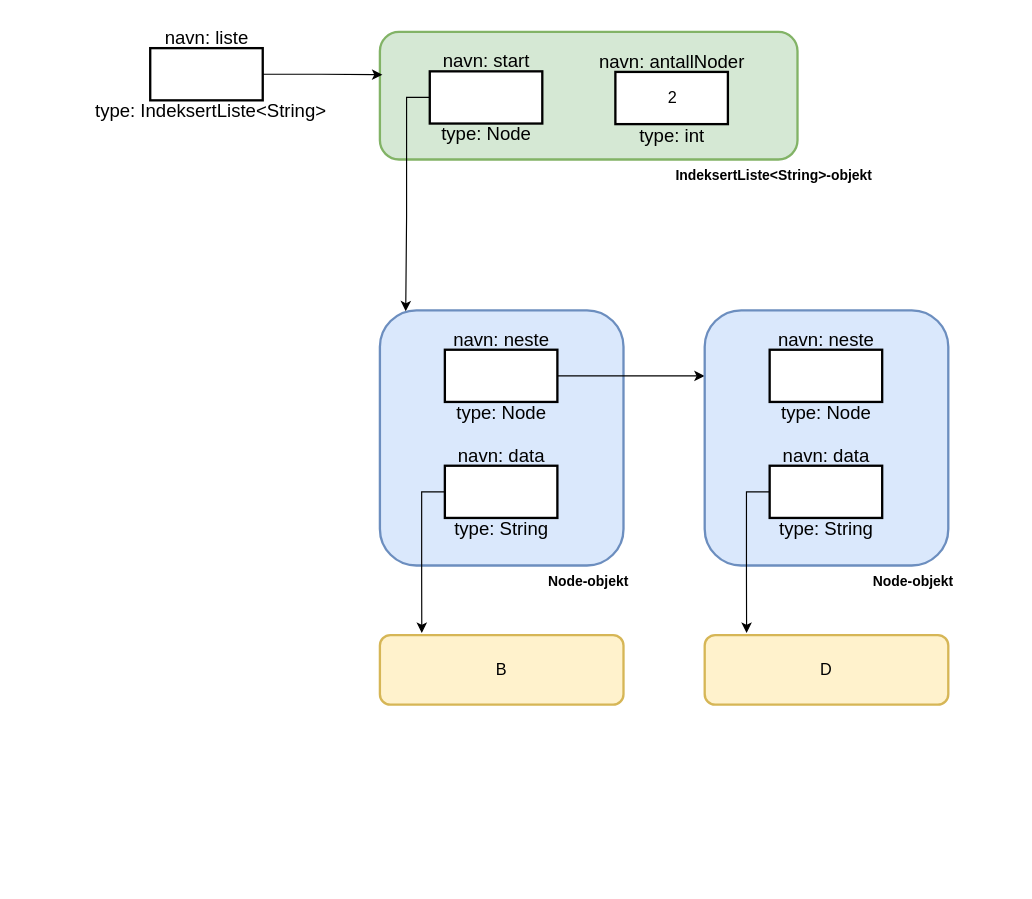
Frexz/IN1010- keeps this draw.io diagram as Uke 7/Oblig 3/Datastruktur.drawio. Above is the earlier version. Source tidied: cells renumbered, new cells numbered last; positions are measured from the earlier drawing's top-left corner, leaving out a move shared by most shapes. Both pictures are drawn from the tidied source at 116%, with x=0, y=0 at pixel (89, 20).
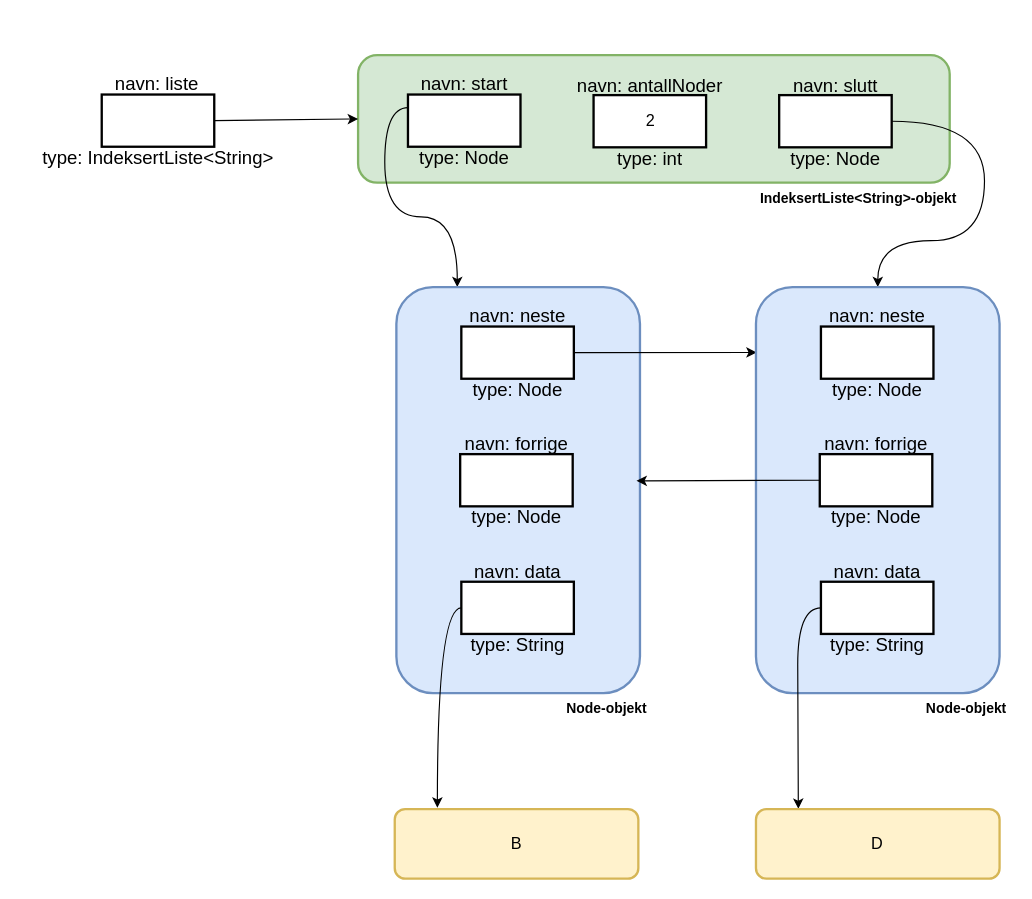
The same page after the edit.

Diff of the diagram source:
```diff
@@
-    <mxCell id="2" style="rounded=1;whiteSpace=wrap;html=1;fillColor=#d5e8d4;strokeWidth=2;fontSize=14;strokeColor=#82b366;" parent="1" vertex="1">
-      <mxGeometry x="250" y="10" width="360" height="110" as="geometry" />
-    </mxCell>
-    <mxCell id="3" style="edgeStyle=orthogonalEdgeStyle;rounded=0;jettySize=auto;html=1;exitX=1;exitY=0.5;exitDx=0;exitDy=0;entryX=0.006;entryY=0.336;entryDx=0;entryDy=0;entryPerimeter=0;fontSize=12;" parent="1" edge="1" source="4" target="2">
-      <mxGeometry relative="1" as="geometry" />
-    </mxCell>
-    <mxCell id="4" style="html=1;fontSize=14;strokeWidth=2;fillColor=none;rounded=0;" parent="1" vertex="1">
-      <mxGeometry x="52" y="24" width="97" height="45" as="geometry" />
-    </mxCell>
-    <mxCell id="5" value="navn: liste" style="text;html=1;strokeColor=none;fillColor=none;align=center;verticalAlign=middle;whiteSpace=wrap;rounded=0;fontSize=16;" parent="1" vertex="1">
-      <mxGeometry x="29" width="144" height="30" as="geometry" />
-    </mxCell>
-    <mxCell id="6" value="type: IndeksertListe&amp;lt;String&amp;gt;" style="text;html=1;strokeColor=none;fillColor=none;align=center;verticalAlign=middle;whiteSpace=wrap;rounded=0;fontSize=16;" parent="1" vertex="1">
-      <mxGeometry y="63" width="208.5" height="30" as="geometry" />
-    </mxCell>
+    <mxCell id="36" style="rounded=1;whiteSpace=wrap;html=1;fillColor=#d5e8d4;strokeWidth=2;fontSize=14;strokeColor=#82b366;" parent="1" vertex="1">
+      <mxGeometry x="231.2" y="30" width="510" height="110" as="geometry" />
+    </mxCell>
     <mxCell id="7" value="IndeksertListe&lt;String&gt;-objekt" style="text;align=center;fontStyle=1;verticalAlign=middle;spacingLeft=3;spacingRight=3;strokeColor=none;dashed=1;fontSize=12;fillColor=none;rounded=1;" parent="1" vertex="1">
-      <mxGeometry x="550" y="120" width="80" height="26" as="geometry" />
+      <mxGeometry x="622.8" y="140" width="80" height="26" as="geometry" />
     </mxCell>
-    <mxCell id="8" style="edgeStyle=orthogonalEdgeStyle;rounded=0;jettySize=auto;html=1;exitX=0;exitY=0.5;exitDx=0;exitDy=0;entryX=0.106;entryY=0.004;entryDx=0;entryDy=0;entryPerimeter=0;fontSize=12;" parent="1" edge="1" source="9" target="15">
-      <mxGeometry relative="1" as="geometry" />
-    </mxCell>
-    <mxCell id="9" style="html=1;fontSize=14;strokeWidth=2;rounded=0;" parent="1" vertex="1">
-      <mxGeometry x="293" y="44" width="97" height="45" as="geometry" />
-    </mxCell>
+    <mxCell id="37" style="html=1;fontSize=14;strokeWidth=2;rounded=0;" parent="1" vertex="1">
+      <mxGeometry x="274.2" y="64" width="97" height="45" as="geometry" />
+    </mxCell>
     <mxCell id="10" value="navn: start" style="text;html=1;strokeColor=none;fillColor=none;align=center;verticalAlign=middle;whiteSpace=wrap;rounded=0;fontSize=16;" parent="1" vertex="1">
-      <mxGeometry x="270" y="20" width="144" height="30" as="geometry" />
+      <mxGeometry x="251.2" y="40" width="144" height="30" as="geometry" />
     </mxCell>
-    <mxCell id="11" value="type: Node" style="text;html=1;strokeColor=none;fillColor=none;align=center;verticalAlign=middle;whiteSpace=wrap;rounded=0;fontSize=16;" parent="1" vertex="1">
-      <mxGeometry x="281.5" y="83" width="120" height="30" as="geometry" />
-    </mxCell>
+    <mxCell id="38" style="edgeStyle=orthogonalEdgeStyle;rounded=0;jettySize=auto;html=1;exitX=0;exitY=0.25;exitDx=0;exitDy=0;curved=1;entryX=0.25;entryY=0;entryDx=0;entryDy=0;" parent="1" edge="1" source="37" target="46">
+      <mxGeometry relative="1" as="geometry" />
+    </mxCell>
+    <mxCell id="39" value="type: Node" style="text;html=1;strokeColor=none;fillColor=none;align=center;verticalAlign=middle;whiteSpace=wrap;rounded=0;fontSize=16;" parent="1" vertex="1">
+      <mxGeometry x="262.8" y="103" width="120" height="30" as="geometry" />
+    </mxCell>
     <mxCell id="12" value="2" style="html=1;fontSize=14;strokeWidth=2;rounded=0;" parent="1" vertex="1">
-      <mxGeometry x="453" y="44.5" width="97" height="45" as="geometry" />
+      <mxGeometry x="434.2" y="64.5" width="97" height="45" as="geometry" />
     </mxCell>
     <mxCell id="13" value="navn: antallNoder" style="text;html=1;strokeColor=none;fillColor=none;align=center;verticalAlign=middle;whiteSpace=wrap;rounded=0;fontSize=16;" parent="1" vertex="1">
-      <mxGeometry x="430" y="20.5" width="144" height="30" as="geometry" />
+      <mxGeometry x="411.2" y="40.5" width="144" height="30" as="geometry" />
     </mxCell>
     <mxCell id="14" value="type: int" style="text;html=1;strokeColor=none;fillColor=none;align=center;verticalAlign=middle;whiteSpace=wrap;rounded=0;fontSize=16;" parent="1" vertex="1">
-      <mxGeometry x="441.5" y="83.5" width="120" height="30" as="geometry" />
+      <mxGeometry x="422.8" y="103.5" width="120" height="30" as="geometry" />
     </mxCell>
-    <mxCell id="15" style="rounded=1;whiteSpace=wrap;html=1;fillColor=#dae8fc;strokeWidth=2;fontSize=14;strokeColor=#6c8ebf;" parent="1" vertex="1">
-      <mxGeometry x="250" y="250" width="210" height="220" as="geometry" />
-    </mxCell>
-    <mxCell id="16" value="Node-objekt" style="text;align=center;fontStyle=1;verticalAlign=middle;spacingLeft=3;spacingRight=3;strokeColor=none;dashed=1;fontSize=12;fillColor=none;rounded=1;" parent="1" vertex="1">
-      <mxGeometry x="390" y="470" width="80" height="26" as="geometry" />
-    </mxCell>
-    <mxCell id="17" style="edgeStyle=orthogonalEdgeStyle;rounded=0;jettySize=auto;html=1;exitX=1;exitY=0.5;exitDx=0;exitDy=0;entryX=0;entryY=0.257;entryDx=0;entryDy=0;fontSize=12;entryPerimeter=0;" parent="1" edge="1" source="18" target="26">
-      <mxGeometry relative="1" as="geometry" />
-    </mxCell>
-    <mxCell id="18" style="html=1;fontSize=14;strokeWidth=2;rounded=0;" parent="1" vertex="1">
-      <mxGeometry x="306" y="284" width="97" height="45" as="geometry" />
-    </mxCell>
-    <mxCell id="19" value="navn: neste" style="text;html=1;strokeColor=none;fillColor=none;align=center;verticalAlign=middle;whiteSpace=wrap;rounded=0;fontSize=16;" parent="1" vertex="1">
-      <mxGeometry x="283" y="260" width="144" height="30" as="geometry" />
-    </mxCell>
-    <mxCell id="20" value="type: Node" style="text;html=1;strokeColor=none;fillColor=none;align=center;verticalAlign=middle;whiteSpace=wrap;rounded=0;fontSize=16;" parent="1" vertex="1">
-      <mxGeometry x="294.5" y="323" width="120" height="30" as="geometry" />
-    </mxCell>
-    <mxCell id="21" style="edgeStyle=orthogonalEdgeStyle;rounded=0;jettySize=auto;html=1;exitX=0;exitY=0.5;exitDx=0;exitDy=0;entryX=0.172;entryY=-0.031;entryDx=0;entryDy=0;entryPerimeter=0;fontSize=12;" parent="1" edge="1" source="22" target="25">
-      <mxGeometry relative="1" as="geometry" />
-    </mxCell>
-    <mxCell id="22" style="html=1;fontSize=14;strokeWidth=2;rounded=0;" parent="1" vertex="1">
-      <mxGeometry x="306" y="384" width="97" height="45" as="geometry" />
-    </mxCell>
-    <mxCell id="23" value="navn: data" style="text;html=1;strokeColor=none;fillColor=none;align=center;verticalAlign=middle;whiteSpace=wrap;rounded=0;fontSize=16;" parent="1" vertex="1">
-      <mxGeometry x="283" y="360" width="144" height="30" as="geometry" />
-    </mxCell>
-    <mxCell id="24" value="type: String" style="text;html=1;strokeColor=none;fillColor=none;align=center;verticalAlign=middle;whiteSpace=wrap;rounded=0;fontSize=16;" parent="1" vertex="1">
-      <mxGeometry x="294.5" y="423" width="120" height="30" as="geometry" />
-    </mxCell>
+    <mxCell id="40" style="html=1;fontSize=14;strokeWidth=2;rounded=0;" parent="1" vertex="1">
+      <mxGeometry x="594.2" y="64.5" width="97" height="45" as="geometry" />
+    </mxCell>
+    <mxCell id="41" value="navn: slutt" style="text;html=1;strokeColor=none;fillColor=none;align=center;verticalAlign=middle;whiteSpace=wrap;rounded=0;fontSize=16;" parent="1" vertex="1">
+      <mxGeometry x="571.2" y="40.5" width="144" height="30" as="geometry" />
+    </mxCell>
+    <mxCell id="42" style="edgeStyle=orthogonalEdgeStyle;rounded=0;jettySize=auto;html=1;exitX=1;exitY=0.5;exitDx=0;exitDy=0;entryX=0.5;entryY=0;entryDx=0;entryDy=0;curved=1;" parent="1" edge="1" source="40" target="59">
+      <mxGeometry relative="1" as="geometry">
+        <Array as="points">
+          <mxPoint x="771.2" y="87" />
+          <mxPoint x="771.2" y="190" />
+          <mxPoint x="679.2" y="190" />
+        </Array>
+      </mxGeometry>
+    </mxCell>
+    <mxCell id="43" value="type: Node" style="text;html=1;strokeColor=none;fillColor=none;align=center;verticalAlign=middle;whiteSpace=wrap;rounded=0;fontSize=16;" parent="1" vertex="1">
+      <mxGeometry x="582.8" y="103.5" width="120" height="30" as="geometry" />
+    </mxCell>
+    <mxCell id="44" style="edgeStyle=none;rounded=0;jettySize=auto;html=1;exitX=1;exitY=0.5;exitDx=0;exitDy=0;entryX=0;entryY=0.5;entryDx=0;entryDy=0;" parent="1" edge="1" source="45" target="36">
+      <mxGeometry relative="1" as="geometry" />
+    </mxCell>
+    <mxCell id="45" style="html=1;fontSize=14;strokeWidth=2;rounded=0;" parent="1" vertex="1">
+      <mxGeometry x="10.2" y="64" width="97" height="45" as="geometry" />
+    </mxCell>
+    <mxCell id="5" value="navn: liste" style="text;html=1;strokeColor=none;fillColor=none;align=center;verticalAlign=middle;whiteSpace=wrap;rounded=0;fontSize=16;" parent="1" vertex="1">
+      <mxGeometry x="-13.8" y="40" width="144" height="30" as="geometry" />
+    </mxCell>
+    <mxCell id="6" value="type: IndeksertListe&amp;lt;String&amp;gt;" style="text;html=1;strokeColor=none;fillColor=none;align=center;verticalAlign=middle;whiteSpace=wrap;rounded=0;fontSize=16;" parent="1" vertex="1">
+      <mxGeometry x="-60" y="103" width="237.5" height="30" as="geometry" />
+    </mxCell>
+    <mxCell id="46" style="rounded=1;whiteSpace=wrap;html=1;fillColor=#dae8fc;strokeWidth=2;fontSize=14;strokeColor=#6c8ebf;" parent="1" vertex="1">
+      <mxGeometry x="264.2" y="230" width="210" height="350" as="geometry" />
+    </mxCell>
+    <mxCell id="47" value="Node-objekt" style="text;align=center;fontStyle=1;verticalAlign=middle;spacingLeft=3;spacingRight=3;strokeColor=none;dashed=1;fontSize=12;fillColor=none;rounded=1;" parent="1" vertex="1">
+      <mxGeometry x="405.8" y="580" width="80" height="26" as="geometry" />
+    </mxCell>
+    <mxCell id="48" style="edgeStyle=none;rounded=0;jettySize=auto;html=1;exitX=1;exitY=0.5;exitDx=0;exitDy=0;entryX=0.003;entryY=0.161;entryDx=0;entryDy=0;entryPerimeter=0;" parent="1" edge="1" source="49" target="59">
+      <mxGeometry relative="1" as="geometry" />
+    </mxCell>
+    <mxCell id="49" style="html=1;fontSize=14;strokeWidth=2;rounded=0;" parent="1" vertex="1">
+      <mxGeometry x="320.2" y="264" width="97" height="45" as="geometry" />
+    </mxCell>
+    <mxCell id="50" value="navn: neste" style="text;html=1;strokeColor=none;fillColor=none;align=center;verticalAlign=middle;whiteSpace=wrap;rounded=0;fontSize=16;" parent="1" vertex="1">
+      <mxGeometry x="297.2" y="240" width="144" height="30" as="geometry" />
+    </mxCell>
+    <mxCell id="51" value="type: Node" style="text;html=1;strokeColor=none;fillColor=none;align=center;verticalAlign=middle;whiteSpace=wrap;rounded=0;fontSize=16;" parent="1" vertex="1">
+      <mxGeometry x="308.8" y="303" width="120" height="30" as="geometry" />
+    </mxCell>
+    <mxCell id="52" style="edgeStyle=orthogonalEdgeStyle;curved=1;rounded=0;jettySize=auto;html=1;exitX=0;exitY=0.5;exitDx=0;exitDy=0;entryX=0.175;entryY=-0.019;entryDx=0;entryDy=0;entryPerimeter=0;" parent="1" edge="1" source="53" target="25">
+      <mxGeometry relative="1" as="geometry" />
+    </mxCell>
+    <mxCell id="53" style="html=1;fontSize=14;strokeWidth=2;rounded=0;" parent="1" vertex="1">
+      <mxGeometry x="320.2" y="484" width="97" height="45" as="geometry" />
+    </mxCell>
+    <mxCell id="54" value="navn: data" style="text;html=1;strokeColor=none;fillColor=none;align=center;verticalAlign=middle;whiteSpace=wrap;rounded=0;fontSize=16;" parent="1" vertex="1">
+      <mxGeometry x="297.2" y="460" width="144" height="30" as="geometry" />
+    </mxCell>
+    <mxCell id="55" value="type: String" style="text;html=1;strokeColor=none;fillColor=none;align=center;verticalAlign=middle;whiteSpace=wrap;rounded=0;fontSize=16;" parent="1" vertex="1">
+      <mxGeometry x="308.8" y="523" width="120" height="30" as="geometry" />
+    </mxCell>
+    <mxCell id="56" style="html=1;fontSize=14;strokeWidth=2;rounded=0;" parent="1" vertex="1">
+      <mxGeometry x="319.2" y="374" width="97" height="45" as="geometry" />
+    </mxCell>
+    <mxCell id="57" value="navn: forrige" style="text;html=1;strokeColor=none;fillColor=none;align=center;verticalAlign=middle;whiteSpace=wrap;rounded=0;fontSize=16;" parent="1" vertex="1">
+      <mxGeometry x="296.2" y="350" width="144" height="30" as="geometry" />
+    </mxCell>
+    <mxCell id="58" value="type: Node" style="text;html=1;strokeColor=none;fillColor=none;align=center;verticalAlign=middle;whiteSpace=wrap;rounded=0;fontSize=16;" parent="1" vertex="1">
+      <mxGeometry x="307.8" y="413" width="120" height="30" as="geometry" />
+    </mxCell>
     <mxCell id="25" value="B" style="rounded=1;whiteSpace=wrap;html=1;fillColor=#fff2cc;strokeWidth=2;fontSize=14;strokeColor=#d6b656;" parent="1" vertex="1">
-      <mxGeometry x="250" y="530" width="210" height="60" as="geometry" />
+      <mxGeometry x="262.8" y="680" width="210" height="60" as="geometry" />
     </mxCell>
-    <mxCell id="26" style="rounded=1;whiteSpace=wrap;html=1;fillColor=#dae8fc;strokeWidth=2;fontSize=14;strokeColor=#6c8ebf;" parent="1" vertex="1">
-      <mxGeometry x="530" y="250" width="210" height="220" as="geometry" />
-    </mxCell>
-    <mxCell id="27" value="Node-objekt" style="text;align=center;fontStyle=1;verticalAlign=middle;spacingLeft=3;spacingRight=3;strokeColor=none;dashed=1;fontSize=12;fillColor=none;rounded=1;" parent="1" vertex="1">
-      <mxGeometry x="670" y="470" width="80" height="26" as="geometry" />
-    </mxCell>
-    <mxCell id="28" style="html=1;fontSize=14;strokeWidth=2;rounded=0;" parent="1" vertex="1">
-      <mxGeometry x="586" y="284" width="97" height="45" as="geometry" />
-    </mxCell>
-    <mxCell id="29" value="navn: neste" style="text;html=1;strokeColor=none;fillColor=none;align=center;verticalAlign=middle;whiteSpace=wrap;rounded=0;fontSize=16;" parent="1" vertex="1">
-      <mxGeometry x="563" y="260" width="144" height="30" as="geometry" />
-    </mxCell>
-    <mxCell id="30" value="type: Node" style="text;html=1;strokeColor=none;fillColor=none;align=center;verticalAlign=middle;whiteSpace=wrap;rounded=0;fontSize=16;" parent="1" vertex="1">
-      <mxGeometry x="574.5" y="323" width="120" height="30" as="geometry" />
-    </mxCell>
-    <mxCell id="31" style="edgeStyle=orthogonalEdgeStyle;rounded=0;jettySize=auto;html=1;exitX=0;exitY=0.5;exitDx=0;exitDy=0;entryX=0.172;entryY=-0.031;entryDx=0;entryDy=0;entryPerimeter=0;fontSize=12;" parent="1" edge="1" source="32" target="35">
-      <mxGeometry relative="1" as="geometry" />
-    </mxCell>
-    <mxCell id="32" style="html=1;fontSize=14;strokeWidth=2;rounded=0;" parent="1" vertex="1">
-      <mxGeometry x="586" y="384" width="97" height="45" as="geometry" />
-    </mxCell>
-    <mxCell id="33" value="navn: data" style="text;html=1;strokeColor=none;fillColor=none;align=center;verticalAlign=middle;whiteSpace=wrap;rounded=0;fontSize=16;" parent="1" vertex="1">
-      <mxGeometry x="563" y="360" width="144" height="30" as="geometry" />
-    </mxCell>
-    <mxCell id="34" value="type: String" style="text;html=1;strokeColor=none;fillColor=none;align=center;verticalAlign=middle;whiteSpace=wrap;rounded=0;fontSize=16;" parent="1" vertex="1">
-      <mxGeometry x="574.5" y="423" width="120" height="30" as="geometry" />
-    </mxCell>
+    <mxCell id="59" style="rounded=1;whiteSpace=wrap;html=1;fillColor=#dae8fc;strokeWidth=2;fontSize=14;strokeColor=#6c8ebf;" parent="1" vertex="1">
+      <mxGeometry x="574.2" y="230" width="210" height="350" as="geometry" />
+    </mxCell>
+    <mxCell id="60" value="Node-objekt" style="text;align=center;fontStyle=1;verticalAlign=middle;spacingLeft=3;spacingRight=3;strokeColor=none;dashed=1;fontSize=12;fillColor=none;rounded=1;" parent="1" vertex="1">
+      <mxGeometry x="715.8" y="580" width="80" height="26" as="geometry" />
+    </mxCell>
+    <mxCell id="61" style="html=1;fontSize=14;strokeWidth=2;rounded=0;" parent="1" vertex="1">
+      <mxGeometry x="630.2" y="264" width="97" height="45" as="geometry" />
+    </mxCell>
+    <mxCell id="62" value="navn: neste" style="text;html=1;strokeColor=none;fillColor=none;align=center;verticalAlign=middle;whiteSpace=wrap;rounded=0;fontSize=16;" parent="1" vertex="1">
+      <mxGeometry x="607.2" y="240" width="144" height="30" as="geometry" />
+    </mxCell>
+    <mxCell id="63" value="type: Node" style="text;html=1;strokeColor=none;fillColor=none;align=center;verticalAlign=middle;whiteSpace=wrap;rounded=0;fontSize=16;" parent="1" vertex="1">
+      <mxGeometry x="618.8" y="303" width="120" height="30" as="geometry" />
+    </mxCell>
+    <mxCell id="64" style="edgeStyle=orthogonalEdgeStyle;curved=1;rounded=0;jettySize=auto;html=1;exitX=0;exitY=0.5;exitDx=0;exitDy=0;entryX=0.174;entryY=-0.004;entryDx=0;entryDy=0;entryPerimeter=0;" parent="1" edge="1" source="65" target="35">
+      <mxGeometry relative="1" as="geometry" />
+    </mxCell>
+    <mxCell id="65" style="html=1;fontSize=14;strokeWidth=2;rounded=0;" parent="1" vertex="1">
+      <mxGeometry x="630.2" y="484" width="97" height="45" as="geometry" />
+    </mxCell>
+    <mxCell id="66" value="navn: data" style="text;html=1;strokeColor=none;fillColor=none;align=center;verticalAlign=middle;whiteSpace=wrap;rounded=0;fontSize=16;" parent="1" vertex="1">
+      <mxGeometry x="607.2" y="460" width="144" height="30" as="geometry" />
+    </mxCell>
+    <mxCell id="67" value="type: String" style="text;html=1;strokeColor=none;fillColor=none;align=center;verticalAlign=middle;whiteSpace=wrap;rounded=0;fontSize=16;" parent="1" vertex="1">
+      <mxGeometry x="618.8" y="523" width="120" height="30" as="geometry" />
+    </mxCell>
+    <mxCell id="68" style="edgeStyle=none;rounded=0;jettySize=auto;html=1;exitX=0;exitY=0.5;exitDx=0;exitDy=0;" parent="1" edge="1" source="69">
+      <mxGeometry relative="1" as="geometry">
+        <mxPoint x="471.2" y="397" as="targetPoint" />
+      </mxGeometry>
+    </mxCell>
+    <mxCell id="69" style="html=1;fontSize=14;strokeWidth=2;rounded=0;" parent="1" vertex="1">
+      <mxGeometry x="629.2" y="374" width="97" height="45" as="geometry" />
+    </mxCell>
+    <mxCell id="70" value="navn: forrige" style="text;html=1;strokeColor=none;fillColor=none;align=center;verticalAlign=middle;whiteSpace=wrap;rounded=0;fontSize=16;" parent="1" vertex="1">
+      <mxGeometry x="606.2" y="350" width="144" height="30" as="geometry" />
+    </mxCell>
+    <mxCell id="71" value="type: Node" style="text;html=1;strokeColor=none;fillColor=none;align=center;verticalAlign=middle;whiteSpace=wrap;rounded=0;fontSize=16;" parent="1" vertex="1">
+      <mxGeometry x="617.8" y="413" width="120" height="30" as="geometry" />
+    </mxCell>
     <mxCell id="35" value="D" style="rounded=1;whiteSpace=wrap;html=1;fillColor=#fff2cc;strokeWidth=2;fontSize=14;strokeColor=#d6b656;" parent="1" vertex="1">
-      <mxGeometry x="530" y="530" width="210" height="60" as="geometry" />
+      <mxGeometry x="574.2" y="680" width="210" height="60" as="geometry" />
     </mxCell>
```
